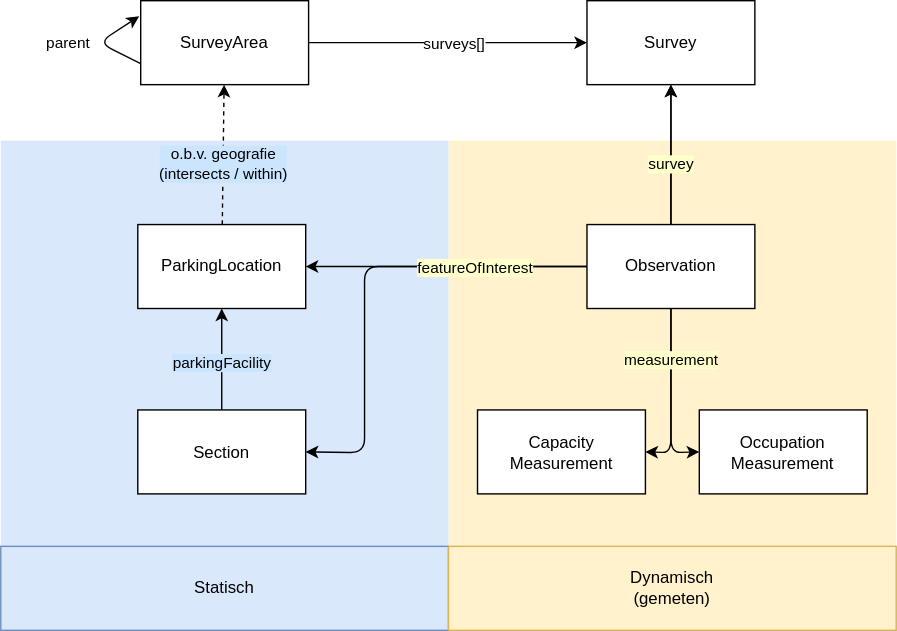
Before: docs/im/assets/objecten.drawio.svg, a diagram exported from draw.io (Stichting-CROW/datastandaard-fietsparkeren). Source tidied: cells renumbered, new cells last; positions are measured from the earlier drawing's top-left corner, leaving out a move shared by most shapes.
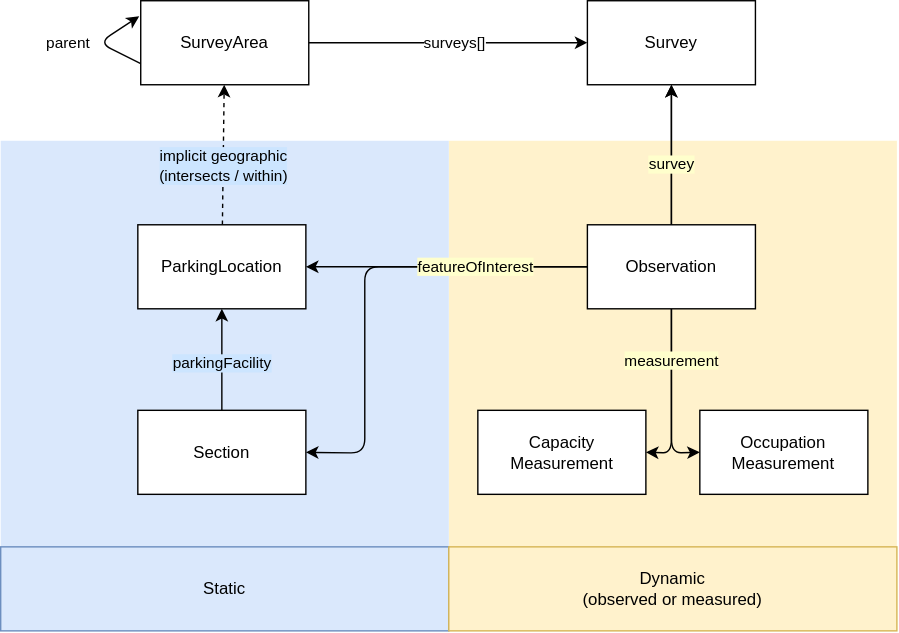
The same diagram one commit later.

The edit, as a diff of the source:
```diff
@@ -69,7 +69,7 @@
     <mxCell id="17" style="edgeStyle=none;html=1;dashed=1;" parent="1" edge="1" source="19" target="6">
       <mxGeometry relative="1" as="geometry" />
     </mxCell>
-    <mxCell id="18" value="o.b.v. geografie&lt;br&gt;(intersects / within)" style="edgeLabel;html=1;align=center;verticalAlign=middle;labelBackgroundColor=#CCE5FF;" parent="17" vertex="1">
+    <mxCell id="18" value="implicit geographic&lt;br&gt;(intersects / within)" style="edgeLabel;html=1;align=center;verticalAlign=middle;labelBackgroundColor=#CCE5FF;" parent="17" vertex="1">
       <mxGeometry x="-0.47" y="2" relative="1" as="geometry">
         <mxPoint x="2" y="-16" as="offset" />
       </mxGeometry>
@@ -88,10 +88,10 @@
     <mxCell id="22" value="Section" style="rounded=0;whiteSpace=wrap;html=1;" parent="1" vertex="1">
       <mxGeometry x="97.9" y="292.5" width="120" height="60" as="geometry" />
     </mxCell>
-    <mxCell id="23" value="Statisch" style="text;html=1;strokeColor=#6c8ebf;fillColor=#dae8fc;align=center;verticalAlign=middle;whiteSpace=wrap;rounded=0;" parent="1" vertex="1">
+    <mxCell id="23" value="Static" style="text;html=1;strokeColor=#6c8ebf;fillColor=#dae8fc;align=center;verticalAlign=middle;whiteSpace=wrap;rounded=0;" parent="1" vertex="1">
       <mxGeometry y="390" width="320" height="60" as="geometry" />
     </mxCell>
-    <mxCell id="24" value="Dynamisch&lt;br&gt;(gemeten)" style="text;html=1;strokeColor=#d6b656;fillColor=#fff2cc;align=center;verticalAlign=middle;whiteSpace=wrap;rounded=0;" parent="1" vertex="1">
+    <mxCell id="24" value="Dynamic&amp;nbsp;&lt;br&gt;(observed or measured)" style="text;html=1;strokeColor=#d6b656;fillColor=#fff2cc;align=center;verticalAlign=middle;whiteSpace=wrap;rounded=0;" parent="1" vertex="1">
       <mxGeometry x="320" y="390" width="320" height="60" as="geometry" />
     </mxCell>
     <mxCell id="25" style="edgeStyle=none;html=1;exitX=0;exitY=0.75;exitDx=0;exitDy=0;entryX=-0.009;entryY=0.185;entryDx=0;entryDy=0;entryPerimeter=0;" parent="1" edge="1" source="6" target="6">
```
